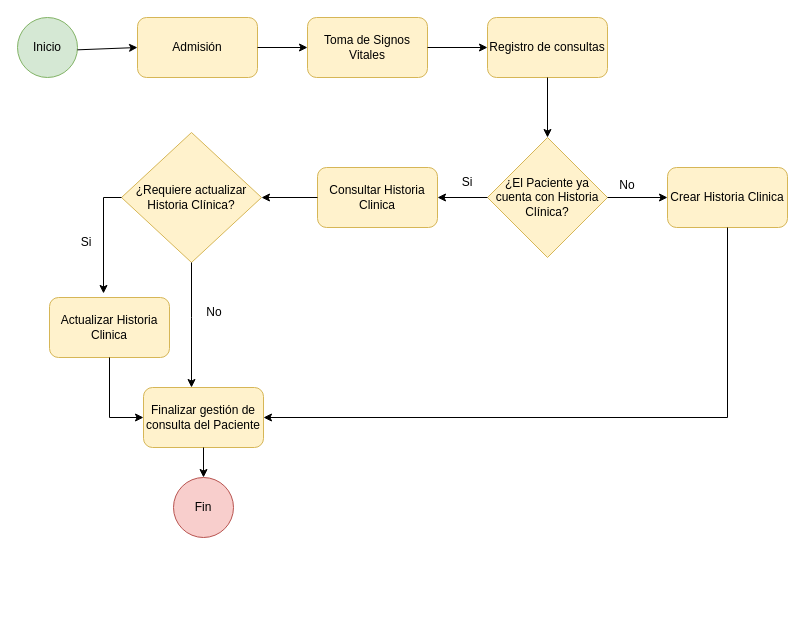
Before: page "Diagrama de Flujo de Historia Clinica" (1 of 3) of Diagramas de Flujo de Proceso.drawio in marguello86/Equipo1_MINSA, a draw.io diagram. Source tidied: cells renumbered, new cells numbered last; positions are measured from the earlier drawing's top-left corner, leaving out a move shared by most shapes. Both pictures are drawn from the tidied source at 100%, with x=0, y=0 at pixel (17, 17).
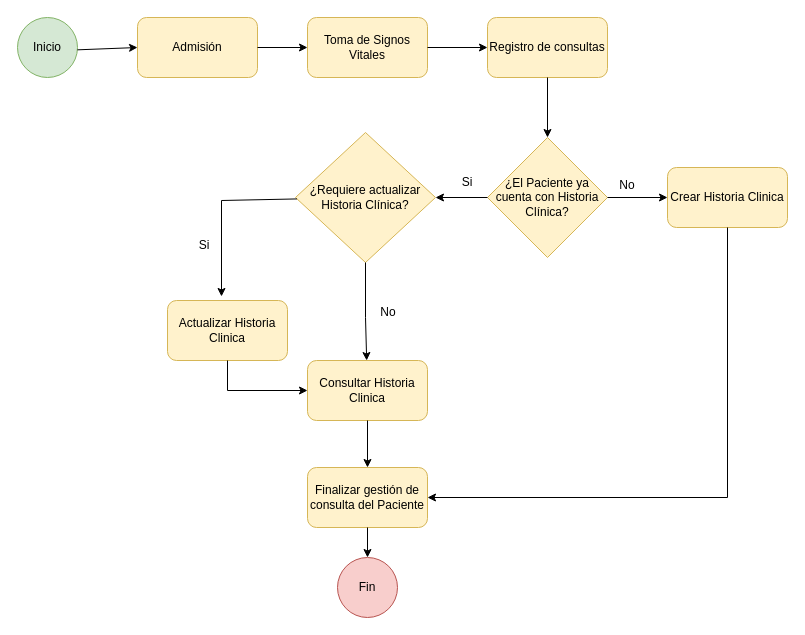
Above is the later version.

The change refers to these unchanged cells:
```xml
<mxCell id="9" value="¿El Paciente ya cuenta con Historia Clínica?" style="rhombus;whiteSpace=wrap;html=1;fillColor=#fff2cc;strokeColor=#d6b656;" parent="1" vertex="1">
  <mxGeometry x="470" y="120" width="120" height="120" as="geometry" />
</mxCell>
<mxCell id="14" value="Crear Historia Clinica" style="rounded=1;whiteSpace=wrap;html=1;fillColor=#fff2cc;strokeColor=#d6b656;" parent="1" vertex="1">
  <mxGeometry x="650" y="150" width="120" height="60" as="geometry" />
</mxCell>
```

Diff of the diagram source:
```diff
@@
-    <mxCell id="13" style="endArrow=classic;html=1;rounded=0;exitX=0;exitY=0.5;exitDx=0;exitDy=0;entryX=1;entryY=0.5;entryDx=0;entryDy=0;" parent="1" edge="1" source="9" target="16">
-      <mxGeometry relative="1" as="geometry" />
-    </mxCell>
@@
     <mxCell id="16" value="Consultar Historia Clinica" style="rounded=1;whiteSpace=wrap;html=1;fillColor=#fff2cc;strokeColor=#d6b656;" parent="1" vertex="1">
-      <mxGeometry x="300" y="150" width="120" height="60" as="geometry" />
+      <mxGeometry x="290" y="343" width="120" height="60" as="geometry" />
     </mxCell>
-    <mxCell id="17" style="endArrow=classic;html=1;rounded=0;entryX=1;entryY=0.5;entryDx=0;entryDy=0;exitX=0;exitY=0.5;exitDx=0;exitDy=0;" parent="1" edge="1" source="16" target="19">
-      <mxGeometry relative="1" as="geometry" />
-    </mxCell>
     <mxCell id="18" value="Fin" style="ellipse;whiteSpace=wrap;html=1;fillColor=#f8cecc;strokeColor=#b85450;" parent="1" vertex="1">
-      <mxGeometry x="156" y="460" width="60" height="60" as="geometry" />
+      <mxGeometry x="320" y="540" width="60" height="60" as="geometry" />
     </mxCell>
     <mxCell id="19" value="¿Requiere actualizar Historia Clínica?" style="rhombus;whiteSpace=wrap;html=1;fillColor=#fff2cc;strokeColor=#d6b656;" parent="1" vertex="1">
-      <mxGeometry x="104" y="115" width="140" height="130" as="geometry" />
+      <mxGeometry x="278" y="115" width="140" height="130" as="geometry" />
     </mxCell>
     <mxCell id="20" value="Actualizar Historia Clinica" style="rounded=1;whiteSpace=wrap;html=1;fillColor=#fff2cc;strokeColor=#d6b656;" parent="1" vertex="1">
-      <mxGeometry x="32" y="280" width="120" height="60" as="geometry" />
+      <mxGeometry x="150" y="283" width="120" height="60" as="geometry" />
     </mxCell>
-    <mxCell id="21" style="endArrow=classic;html=1;rounded=0;entryX=0.45;entryY=-0.067;entryDx=0;entryDy=0;entryPerimeter=0;exitX=0;exitY=0.5;exitDx=0;exitDy=0;" parent="1" edge="1" source="19" target="20">
+    <mxCell id="21" style="endArrow=classic;html=1;rounded=0;entryX=0.45;entryY=-0.067;entryDx=0;entryDy=0;entryPerimeter=0;" parent="1" edge="1" source="19" target="20">
       <mxGeometry relative="1" as="geometry">
         <Array as="points">
-          <mxPoint x="86" y="180" />
+          <mxPoint x="204" y="183" />
         </Array>
       </mxGeometry>
     </mxCell>
     <mxCell id="22" value="Si" style="text;html=1;strokeColor=none;fillColor=none;align=center;verticalAlign=middle;whiteSpace=wrap;rounded=0;" parent="1" vertex="1">
-      <mxGeometry x="40" y="210" width="58" height="30" as="geometry" />
+      <mxGeometry x="158" y="213" width="58" height="30" as="geometry" />
     </mxCell>
     <mxCell id="23" value="No" style="text;html=1;strokeColor=none;fillColor=none;align=center;verticalAlign=middle;whiteSpace=wrap;rounded=0;" parent="1" vertex="1">
-      <mxGeometry x="167" y="280" width="60" height="30" as="geometry" />
+      <mxGeometry x="341" y="280" width="60" height="30" as="geometry" />
     </mxCell>
     <mxCell id="24" value="Finalizar gestión de consulta del Paciente" style="rounded=1;whiteSpace=wrap;html=1;fillColor=#fff2cc;strokeColor=#d6b656;" parent="1" vertex="1">
-      <mxGeometry x="126" y="370" width="120" height="60" as="geometry" />
+      <mxGeometry x="290" y="450" width="120" height="60" as="geometry" />
     </mxCell>
@@
-    <mxCell id="26" style="endArrow=classic;html=1;rounded=0;exitX=0.5;exitY=1;exitDx=0;exitDy=0;entryX=0.4;entryY=0;entryDx=0;entryDy=0;entryPerimeter=0;" parent="1" edge="1" source="19" target="24">
+    <mxCell id="26" style="endArrow=classic;html=1;rounded=0;exitX=0.5;exitY=1;exitDx=0;exitDy=0;" parent="1" edge="1" source="19" target="16">
       <mxGeometry relative="1" as="geometry">
         <Array as="points">
-          <mxPoint x="174" y="300" />
+          <mxPoint x="348" y="300" />
         </Array>
       </mxGeometry>
     </mxCell>
-    <mxCell id="27" style="endArrow=classic;html=1;rounded=0;exitX=0.5;exitY=1;exitDx=0;exitDy=0;entryX=0;entryY=0.5;entryDx=0;entryDy=0;" parent="1" edge="1" source="20" target="24">
+    <mxCell id="27" style="endArrow=classic;html=1;rounded=0;exitX=0.5;exitY=1;exitDx=0;exitDy=0;" parent="1" edge="1" source="20" target="16">
       <mxGeometry relative="1" as="geometry">
         <Array as="points">
-          <mxPoint x="92" y="400" />
+          <mxPoint x="210" y="373" />
         </Array>
       </mxGeometry>
     </mxCell>
     <mxCell id="28" style="endArrow=classic;html=1;rounded=0;exitX=0.5;exitY=1;exitDx=0;exitDy=0;entryX=1;entryY=0.5;entryDx=0;entryDy=0;" parent="1" edge="1" source="14" target="24">
       <mxGeometry relative="1" as="geometry">
         <Array as="points">
-          <mxPoint x="710" y="400" />
+          <mxPoint x="710" y="480" />
         </Array>
       </mxGeometry>
     </mxCell>
+    <mxCell id="29" style="endArrow=classic;html=1;rounded=0;" parent="1" edge="1" target="19">
+      <mxGeometry relative="1" as="geometry">
+        <mxPoint x="470" y="180" as="sourcePoint" />
+      </mxGeometry>
+    </mxCell>
+    <mxCell id="30" style="endArrow=classic;html=1;rounded=0;exitX=0.5;exitY=1;exitDx=0;exitDy=0;entryX=0.5;entryY=0;entryDx=0;entryDy=0;" parent="1" edge="1" source="16" target="24">
+      <mxGeometry relative="1" as="geometry" />
+    </mxCell>
```
